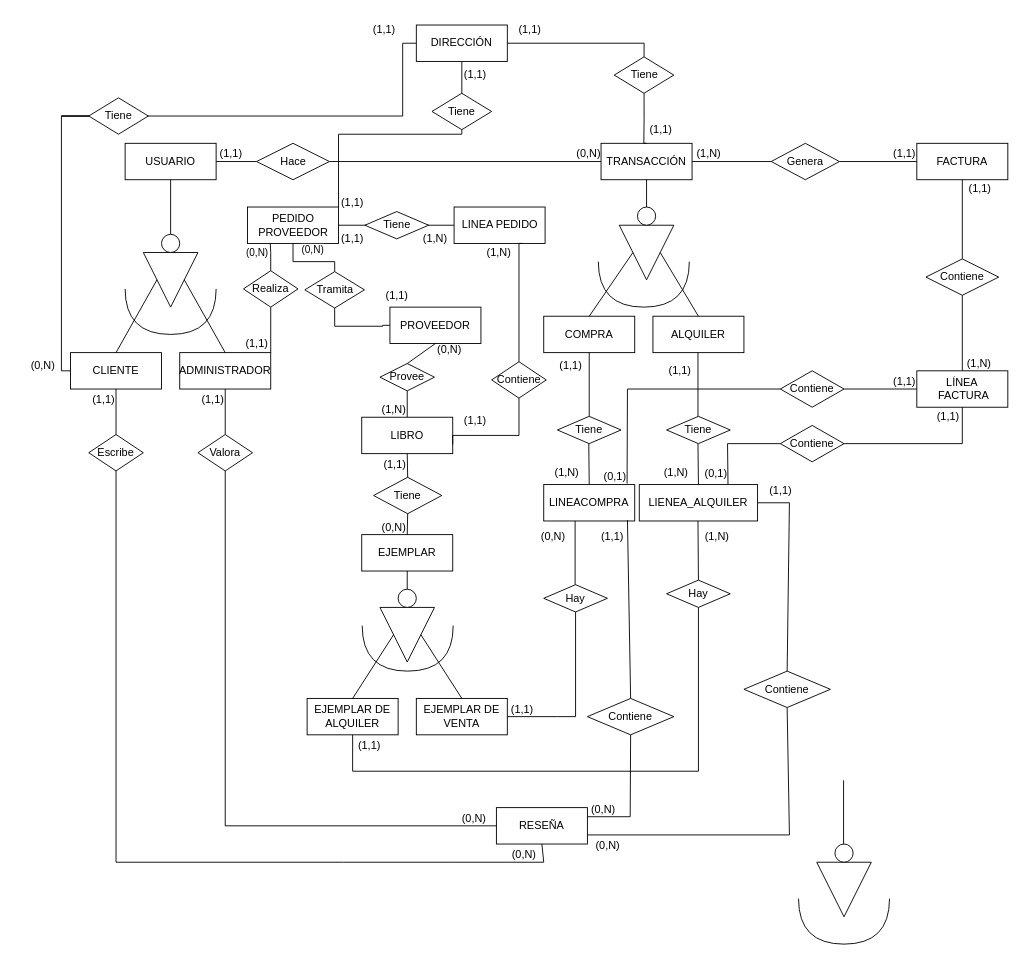
Before: Diagrama sin título.drawio in ImAlex28/draw.io, a draw.io diagram. Source tidied: cells renumbered, new cells numbered last; positions are measured from the earlier drawing's top-left corner, leaving out a move shared by most shapes. Both pictures are drawn from the tidied source at 91%, with x=0, y=0 at pixel (15, 15).
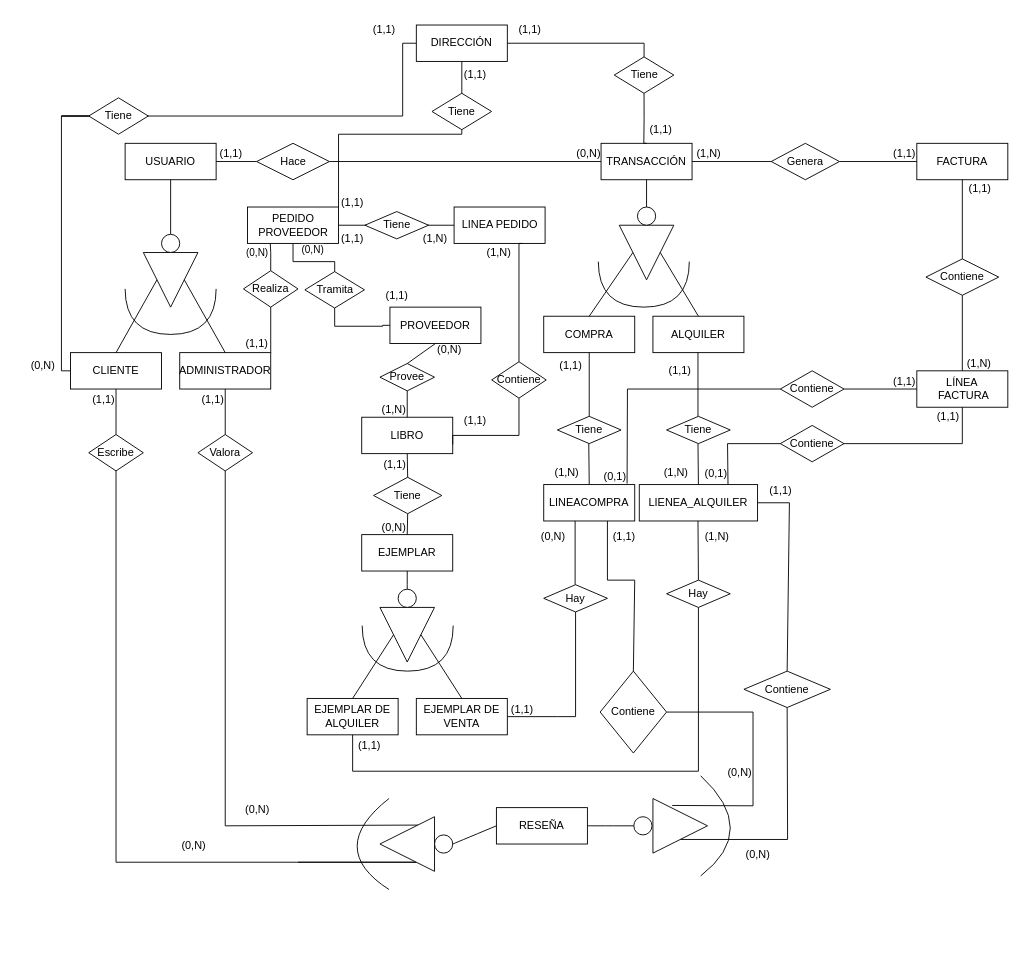
Above is the later version.

Unchanged cells that the change refers to:
```xml
<mxCell id="3" value="EJEMPLAR" style="whiteSpace=wrap;html=1;align=center;" parent="1" vertex="1">
  <mxGeometry x="380" y="570" width="100" height="40" as="geometry" />
</mxCell>
<mxCell id="6" value="RESEÑA" style="whiteSpace=wrap;html=1;align=center;" parent="1" vertex="1">
  <mxGeometry x="528" y="870" width="100" height="40" as="geometry" />
</mxCell>
<mxCell id="17" style="ellipse;whiteSpace=wrap;html=1;" parent="1" vertex="1">
  <mxGeometry x="420" y="630" width="20" height="20" as="geometry" />
</mxCell>
<mxCell id="33" value="Escribe" style="shape=rhombus;perimeter=rhombusPerimeter;whiteSpace=wrap;html=1;align=center;" parent="1" vertex="1">
  <mxGeometry x="80" y="460" width="60" height="40" as="geometry" />
</mxCell>
<mxCell id="34" value="Valora" style="shape=rhombus;perimeter=rhombusPerimeter;whiteSpace=wrap;html=1;align=center;" parent="1" vertex="1">
  <mxGeometry x="200" y="460" width="60" height="40" as="geometry" />
</mxCell>
<mxCell id="87" value="LINEACOMPRA" style="whiteSpace=wrap;html=1;align=center;" parent="1" vertex="1">
  <mxGeometry x="580" y="515" width="100" height="40" as="geometry" />
</mxCell>
<mxCell id="108" value="Contiene" style="shape=rhombus;perimeter=rhombusPerimeter;whiteSpace=wrap;html=1;align=center;" parent="1" vertex="1">
  <mxGeometry x="800" y="720" width="95" height="40" as="geometry" />
</mxCell>
```

What changed in the source:
```diff
@@
-    <mxCell id="18" style="endArrow=none;html=1;rounded=0;entryX=0.5;entryY=1;entryDx=0;entryDy=0;" parent="1" edge="1" source="17" target="3">
-      <mxGeometry relative="1" as="geometry" />
-    </mxCell>
@@
-    <mxCell id="37" style="endArrow=none;html=1;rounded=0;exitX=0.5;exitY=1;exitDx=0;exitDy=0;entryX=0.5;entryY=1;entryDx=0;entryDy=0;" parent="1" edge="1" source="33" target="6">
+    <mxCell id="37" style="endArrow=none;html=1;rounded=0;exitX=0.5;exitY=1;exitDx=0;exitDy=0;" parent="1" edge="1" source="33">
       <mxGeometry relative="1" as="geometry">
+        <mxPoint x="310" y="930" as="targetPoint" />
         <Array as="points">
           <mxPoint x="110" y="930" />
-          <mxPoint x="360" y="930" />
-          <mxPoint x="480" y="930" />
-          <mxPoint x="540" y="930" />
-          <mxPoint x="580" y="930" />
+          <mxPoint x="440" y="930" />
         </Array>
       </mxGeometry>
     </mxCell>
     <mxCell id="38" value="(0,N)" style="html=1;whiteSpace=wrap;align=right;verticalAlign=bottom;" parent="37" vertex="1">
       <mxGeometry x="1" relative="1" as="geometry">
-        <mxPoint x="-5" y="20" as="offset" />
+        <mxPoint x="-100" y="-10" as="offset" />
       </mxGeometry>
     </mxCell>
-    <mxCell id="39" style="endArrow=none;html=1;rounded=0;entryX=0;entryY=0.5;entryDx=0;entryDy=0;exitX=0.5;exitY=1;exitDx=0;exitDy=0;" parent="1" edge="1" source="34" target="6">
+    <mxCell id="39" style="endArrow=none;html=1;rounded=0;exitX=0.5;exitY=1;exitDx=0;exitDy=0;entryX=0.3;entryY=0.847;entryDx=0;entryDy=0;entryPerimeter=0;" parent="1" edge="1" source="34" target="152">
       <mxGeometry relative="1" as="geometry">
         <Array as="points">
           <mxPoint x="230" y="890" />
         </Array>
       </mxGeometry>
     </mxCell>
     <mxCell id="40" value="(0,N)" style="html=1;whiteSpace=wrap;align=right;verticalAlign=bottom;" parent="39" vertex="1">
       <mxGeometry x="1" relative="1" as="geometry">
-        <mxPoint x="-10" as="offset" />
+        <mxPoint x="-162" y="-9" as="offset" />
       </mxGeometry>
     </mxCell>
+    <mxCell id="151" value="(0,N)" style="html=1;whiteSpace=wrap;align=right;verticalAlign=bottom;" parent="39" vertex="1">
+      <mxGeometry x="1" relative="1" as="geometry">
+        <mxPoint x="388" y="41" as="offset" />
+      </mxGeometry>
+    </mxCell>
@@
-    <mxCell id="43" style="endArrow=none;html=1;rounded=0;entryX=1;entryY=0.75;entryDx=0;entryDy=0;exitX=0.5;exitY=1;exitDx=0;exitDy=0;" parent="1" edge="1" source="108" target="6">
+    <mxCell id="43" style="endArrow=none;html=1;rounded=0;exitX=0.5;exitY=1;exitDx=0;exitDy=0;entryX=0.5;entryY=1;entryDx=0;entryDy=0;" parent="1" edge="1" source="108" target="156">
       <mxGeometry relative="1" as="geometry">
         <Array as="points">
-          <mxPoint x="850" y="900" />
+          <mxPoint x="848" y="905" />
         </Array>
       </mxGeometry>
     </mxCell>
@@
-    <mxCell id="103" style="endArrow=none;html=1;rounded=0;exitX=0.5;exitY=0;exitDx=0;exitDy=0;entryX=0.92;entryY=0.975;entryDx=0;entryDy=0;entryPerimeter=0;" parent="1" edge="1" source="107" target="87">
-      <mxGeometry relative="1" as="geometry" />
+    <mxCell id="103" style="endArrow=none;html=1;rounded=0;exitX=0.5;exitY=0;exitDx=0;exitDy=0;" parent="1" edge="1" source="107">
+      <mxGeometry relative="1" as="geometry">
+        <mxPoint x="650" y="555" as="targetPoint" />
+        <Array as="points">
+          <mxPoint x="680" y="620" />
+          <mxPoint x="650" y="620" />
+        </Array>
+      </mxGeometry>
     </mxCell>
-    <mxCell id="104" value="(0,N)" style="html=1;whiteSpace=wrap;align=right;verticalAlign=bottom;" parent="1" vertex="1">
-      <mxGeometry x="660" y="880" as="geometry" />
-    </mxCell>
-    <mxCell id="105" value="(0,N)" style="html=1;whiteSpace=wrap;align=right;verticalAlign=bottom;" parent="1" vertex="1">
-      <mxGeometry x="665" y="920" as="geometry" />
-    </mxCell>
-    <mxCell id="106" style="endArrow=none;html=1;rounded=0;exitX=1;exitY=0.25;exitDx=0;exitDy=0;entryX=0.5;entryY=1;entryDx=0;entryDy=0;" parent="1" edge="1" source="6" target="107">
+    <mxCell id="106" style="endArrow=none;html=1;rounded=0;entryX=1;entryY=0.5;entryDx=0;entryDy=0;exitX=0.353;exitY=0.127;exitDx=0;exitDy=0;exitPerimeter=0;" parent="1" edge="1" source="156" target="107">
       <mxGeometry relative="1" as="geometry">
         <Array as="points">
-          <mxPoint x="675" y="880" />
+          <mxPoint x="810" y="868" />
+          <mxPoint x="810" y="830" />
+          <mxPoint x="810" y="765" />
         </Array>
       </mxGeometry>
     </mxCell>
     <mxCell id="107" value="Contiene" style="shape=rhombus;perimeter=rhombusPerimeter;whiteSpace=wrap;html=1;align=center;" parent="1" vertex="1">
-      <mxGeometry x="628" y="750" width="95" height="40" as="geometry" />
+      <mxGeometry x="642" y="720" width="73" height="90" as="geometry" />
     </mxCell>
@@
     <mxCell id="110" value="(1,1)" style="html=1;whiteSpace=wrap;align=right;verticalAlign=bottom;" parent="1" vertex="1">
-      <mxGeometry x="615" y="560" as="geometry">
+      <mxGeometry x="628" y="560" as="geometry">
         <mxPoint x="54" y="20" as="offset" />
       </mxGeometry>
     </mxCell>
@@
-    <mxCell id="147" style="triangle;whiteSpace=wrap;html=1;rotation=90;direction=east;" parent="1" vertex="1">
-      <mxGeometry x="880" y="930" width="60" height="60" as="geometry" />
-    </mxCell>
-    <mxCell id="148" style="endArrow=none;html=1;rounded=0;" parent="1" edge="1">
-      <mxGeometry relative="1" as="geometry">
-        <mxPoint x="909.5" y="910" as="sourcePoint" />
-        <mxPoint x="909.5" y="840" as="targetPoint" />
-      </mxGeometry>
-    </mxCell>
-    <mxCell id="149" style="ellipse;whiteSpace=wrap;html=1;direction=east;" parent="1" vertex="1">
-      <mxGeometry x="900" y="910" width="20" height="20" as="geometry" />
-    </mxCell>
-    <mxCell id="150" style="endArrow=none;html=1;rounded=0;edgeStyle=orthogonalEdgeStyle;curved=1;" parent="1" edge="1">
-      <mxGeometry relative="1" as="geometry">
-        <mxPoint x="860" y="970" as="sourcePoint" />
-        <mxPoint x="960" y="970" as="targetPoint" />
-        <Array as="points">
-          <mxPoint x="860" y="1020" />
-          <mxPoint x="960" y="1020" />
-        </Array>
-      </mxGeometry>
-    </mxCell>
+    <mxCell id="152" style="triangle;whiteSpace=wrap;html=1;rotation=90;direction=south;" parent="1" vertex="1">
+      <mxGeometry x="400" y="880" width="60" height="60" as="geometry" />
+    </mxCell>
+    <mxCell id="18" style="endArrow=none;html=1;rounded=0;curved=1;entryX=0.5;entryY=1;entryDx=0;entryDy=0;exitX=0.5;exitY=0;exitDx=0;exitDy=0;" parent="1" edge="1" source="17" target="3">
+      <mxGeometry relative="1" as="geometry" />
+    </mxCell>
+    <mxCell id="153" style="ellipse;whiteSpace=wrap;html=1;" parent="1" vertex="1">
+      <mxGeometry x="460" y="900" width="20" height="20" as="geometry" />
+    </mxCell>
+    <mxCell id="154" style="endArrow=none;html=1;rounded=0;curved=1;exitX=1;exitY=0.5;exitDx=0;exitDy=0;entryX=0;entryY=0.5;entryDx=0;entryDy=0;" parent="1" edge="1" source="153" target="6">
+      <mxGeometry relative="1" as="geometry" />
+    </mxCell>
+    <mxCell id="155" style="endArrow=none;html=1;rounded=0;curved=1;" parent="1" edge="1">
+      <mxGeometry relative="1" as="geometry">
+        <mxPoint x="410" y="960" as="sourcePoint" />
+        <mxPoint x="410" y="860" as="targetPoint" />
+        <Array as="points">
+          <mxPoint x="340" y="915" />
+        </Array>
+      </mxGeometry>
+    </mxCell>
+    <mxCell id="156" style="triangle;whiteSpace=wrap;html=1;rotation=90;direction=north;" parent="1" vertex="1">
+      <mxGeometry x="700" y="860" width="60" height="60" as="geometry" />
+    </mxCell>
+    <mxCell id="157" style="ellipse;whiteSpace=wrap;html=1;" parent="1" vertex="1">
+      <mxGeometry x="679" y="880" width="20" height="20" as="geometry" />
+    </mxCell>
+    <mxCell id="158" style="endArrow=none;html=1;rounded=0;curved=1;exitX=1;exitY=0.5;exitDx=0;exitDy=0;entryX=0;entryY=0.5;entryDx=0;entryDy=0;" parent="1" edge="1" source="6" target="157">
+      <mxGeometry relative="1" as="geometry" />
+    </mxCell>
+    <mxCell id="159" style="endArrow=none;html=1;rounded=0;curved=1;" parent="1" edge="1">
+      <mxGeometry relative="1" as="geometry">
+        <mxPoint x="752.5" y="945" as="sourcePoint" />
+        <mxPoint x="752.5" y="835" as="targetPoint" />
+        <Array as="points">
+          <mxPoint x="817.5" y="895" />
+        </Array>
+      </mxGeometry>
+    </mxCell>
+    <mxCell id="160" value="(0,N)" style="html=1;whiteSpace=wrap;align=right;verticalAlign=bottom;" parent="1" vertex="1">
+      <mxGeometry x="810" y="840" as="geometry" />
+    </mxCell>
```
